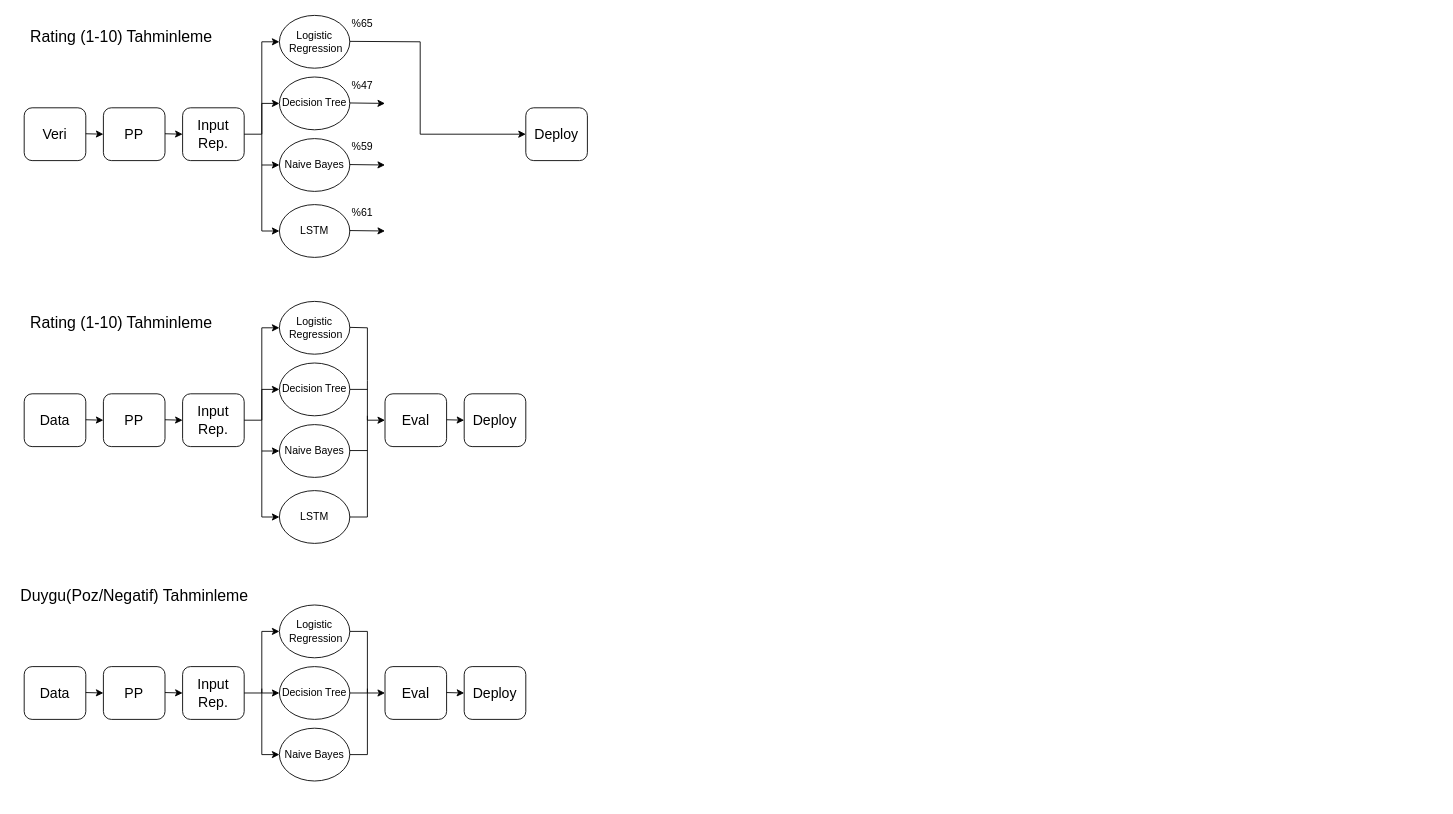
Before: gradProjectProcesses.drawio in EgehanEralp/diagrams, a draw.io diagram. Source tidied: cells renumbered, new cells numbered last; positions are measured from the earlier drawing's top-left corner, leaving out a move shared by most shapes. Both pictures are drawn from the tidied source at 88%, with x=0, y=0 at pixel (15, 15).
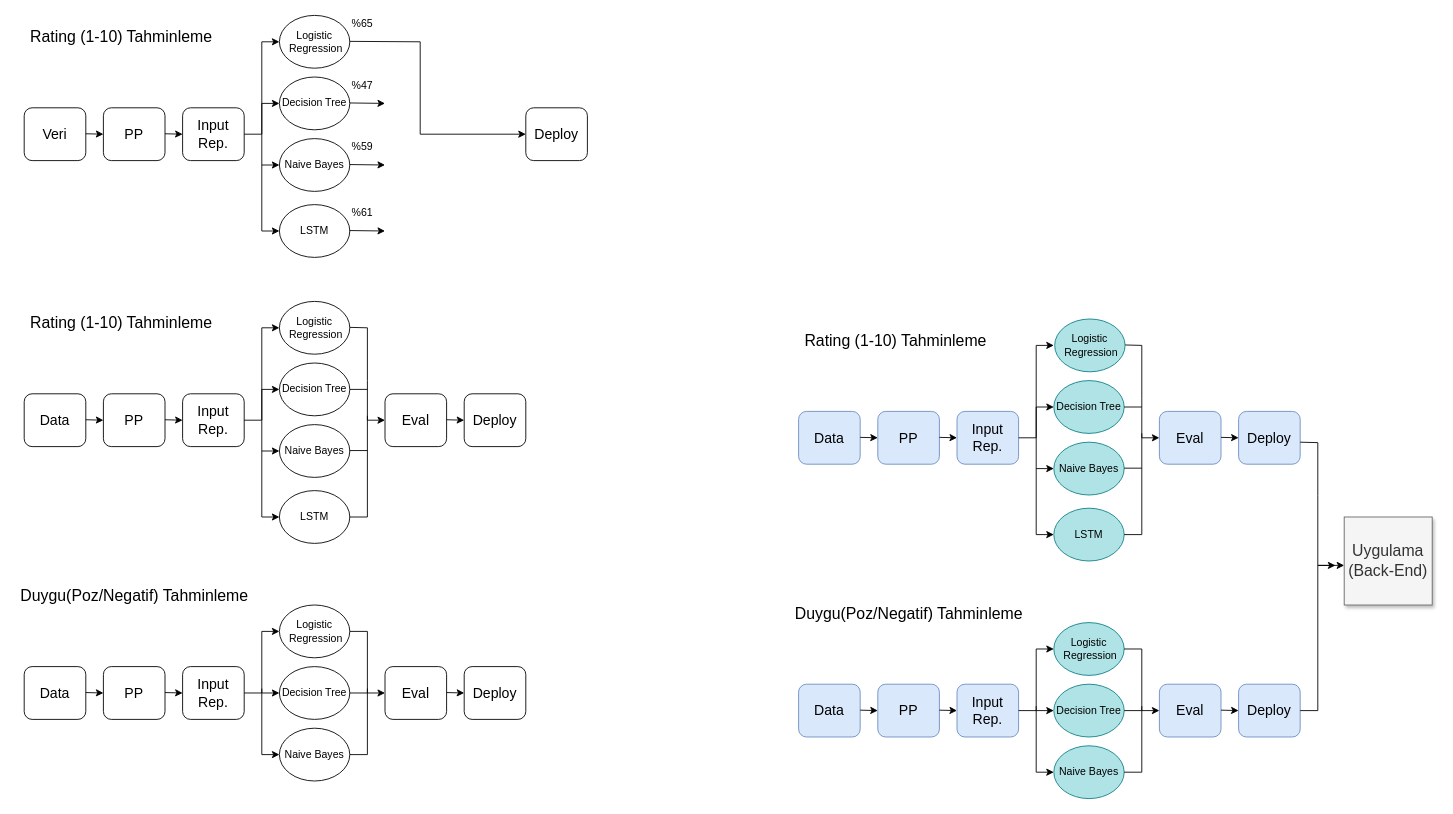
After the change.

Diff of the diagram source:
```diff
@@
+    <mxCell id="64" value="&lt;font size=&quot;3&quot;&gt;Data&lt;/font&gt;" style="rounded=1;whiteSpace=wrap;html=1;fillColor=#dae8fc;strokeColor=#6c8ebf;" parent="1" vertex="1">
+      <mxGeometry x="890" y="450" width="70" height="60" as="geometry" />
+    </mxCell>
+    <mxCell id="65" value="&lt;font size=&quot;3&quot;&gt;PP&lt;/font&gt;" style="rounded=1;whiteSpace=wrap;html=1;fillColor=#dae8fc;strokeColor=#6c8ebf;" parent="1" vertex="1">
+      <mxGeometry x="980" y="450" width="70" height="60" as="geometry" />
+    </mxCell>
+    <mxCell id="66" value="&lt;font size=&quot;3&quot;&gt;Input Rep.&lt;/font&gt;" style="rounded=1;whiteSpace=wrap;html=1;fillColor=#dae8fc;strokeColor=#6c8ebf;" parent="1" vertex="1">
+      <mxGeometry x="1070" y="450" width="70" height="60" as="geometry" />
+    </mxCell>
+    <mxCell id="67" value="&lt;font style=&quot;font-size: 18px&quot;&gt;Rating (1-10) Tahminleme&lt;/font&gt;" style="text;html=1;align=center;verticalAlign=middle;strokeColor=none;" parent="1" vertex="1">
+      <mxGeometry x="890" y="360" width="220" height="20" as="geometry" />
+    </mxCell>
+    <mxCell id="68" style="endArrow=classic;html=1;exitX=1;exitY=0.5;exitDx=0;exitDy=0;" parent="1" edge="1">
+      <mxGeometry relative="1" as="geometry">
+        <mxPoint x="1050" y="479.5" as="sourcePoint" />
+        <mxPoint x="1070" y="480" as="targetPoint" />
+      </mxGeometry>
+    </mxCell>
+    <mxCell id="69" style="endArrow=classic;html=1;exitX=1;exitY=0.5;exitDx=0;exitDy=0;" parent="1" edge="1">
+      <mxGeometry relative="1" as="geometry">
+        <mxPoint x="960" y="479.5" as="sourcePoint" />
+        <mxPoint x="980" y="480" as="targetPoint" />
+      </mxGeometry>
+    </mxCell>
+    <mxCell id="70" style="endArrow=classic;html=1;exitX=1;exitY=0.5;exitDx=0;exitDy=0;entryX=0;entryY=0.5;entryDx=0;entryDy=0;rounded=0;" parent="1" edge="1" target="71">
+      <mxGeometry relative="1" as="geometry">
+        <mxPoint x="1140" y="480" as="sourcePoint" />
+        <Array as="points">
+          <mxPoint x="1160" y="480" />
+          <mxPoint x="1160" y="445" />
+        </Array>
+      </mxGeometry>
+    </mxCell>
+    <mxCell id="71" value="Decision Tree" style="ellipse;whiteSpace=wrap;html=1;fillColor=#b0e3e6;strokeColor=#0e8088;" parent="1" vertex="1">
+      <mxGeometry x="1180" y="415" width="80" height="60" as="geometry" />
+    </mxCell>
+    <mxCell id="72" value="Naive Bayes" style="ellipse;whiteSpace=wrap;html=1;fillColor=#b0e3e6;strokeColor=#0e8088;" parent="1" vertex="1">
+      <mxGeometry x="1180" y="485" width="80" height="60" as="geometry" />
+    </mxCell>
+    <mxCell id="73" value="LSTM" style="ellipse;whiteSpace=wrap;html=1;fillColor=#b0e3e6;strokeColor=#0e8088;" parent="1" vertex="1">
+      <mxGeometry x="1180" y="560" width="80" height="60" as="geometry" />
+    </mxCell>
+    <mxCell id="74" style="endArrow=classic;html=1;entryX=0;entryY=0.5;entryDx=0;entryDy=0;" parent="1" edge="1" target="72">
+      <mxGeometry relative="1" as="geometry">
+        <mxPoint x="1160" y="515" as="sourcePoint" />
+      </mxGeometry>
+    </mxCell>
+    <mxCell id="75" style="endArrow=classic;html=1;entryX=0;entryY=0.5;entryDx=0;entryDy=0;rounded=0;" parent="1" edge="1" target="73">
+      <mxGeometry relative="1" as="geometry">
+        <mxPoint x="1160" y="480" as="sourcePoint" />
+        <Array as="points">
+          <mxPoint x="1160" y="590" />
+        </Array>
+      </mxGeometry>
+    </mxCell>
+    <mxCell id="76" style="endArrow=classic;html=1;rounded=0;entryX=0;entryY=0.5;entryDx=0;entryDy=0;" parent="1" edge="1">
+      <mxGeometry relative="1" as="geometry">
+        <mxPoint x="1160" y="480" as="sourcePoint" />
+        <mxPoint x="1180" y="375" as="targetPoint" />
+        <Array as="points">
+          <mxPoint x="1160" y="375" />
+        </Array>
+      </mxGeometry>
+    </mxCell>
+    <mxCell id="77" style="endArrow=classic;html=1;exitX=1;exitY=0.5;exitDx=0;exitDy=0;entryX=0;entryY=0.5;entryDx=0;entryDy=0;rounded=0;" parent="1" edge="1" target="78">
+      <mxGeometry relative="1" as="geometry">
+        <mxPoint x="1260" y="374.5" as="sourcePoint" />
+        <Array as="points">
+          <mxPoint x="1280" y="375" />
+          <mxPoint x="1280" y="435" />
+          <mxPoint x="1280" y="480" />
+        </Array>
+      </mxGeometry>
+    </mxCell>
+    <mxCell id="78" value="&lt;font size=&quot;3&quot;&gt;Eval&lt;/font&gt;" style="rounded=1;whiteSpace=wrap;html=1;fillColor=#dae8fc;strokeColor=#6c8ebf;" parent="1" vertex="1">
+      <mxGeometry x="1300" y="450" width="70" height="60" as="geometry" />
+    </mxCell>
+    <mxCell id="79" style="endArrow=none;html=1;exitX=1;exitY=0.5;exitDx=0;exitDy=0;" parent="1" edge="1" source="71">
+      <mxGeometry relative="1" as="geometry">
+        <mxPoint x="1280" y="445" as="targetPoint" />
+      </mxGeometry>
+    </mxCell>
+    <mxCell id="80" style="endArrow=none;html=1;exitX=1;exitY=0.5;exitDx=0;exitDy=0;rounded=0;" parent="1" edge="1" source="73">
+      <mxGeometry relative="1" as="geometry">
+        <mxPoint x="1280" y="475" as="targetPoint" />
+        <Array as="points">
+          <mxPoint x="1280" y="590" />
+        </Array>
+      </mxGeometry>
+    </mxCell>
+    <mxCell id="81" style="endArrow=none;html=1;exitX=1;exitY=0.5;exitDx=0;exitDy=0;" parent="1" edge="1">
+      <mxGeometry relative="1" as="geometry">
+        <mxPoint x="1260" y="514.5" as="sourcePoint" />
+        <mxPoint x="1280" y="514.5" as="targetPoint" />
+      </mxGeometry>
+    </mxCell>
+    <mxCell id="82" value="&lt;font size=&quot;3&quot;&gt;Deploy&lt;/font&gt;" style="rounded=1;whiteSpace=wrap;html=1;fillColor=#dae8fc;strokeColor=#6c8ebf;" parent="1" vertex="1">
+      <mxGeometry x="1390" y="450" width="70" height="60" as="geometry" />
+    </mxCell>
+    <mxCell id="83" style="endArrow=classic;html=1;exitX=1;exitY=0.5;exitDx=0;exitDy=0;" parent="1" edge="1">
+      <mxGeometry relative="1" as="geometry">
+        <mxPoint x="1370" y="479.5" as="sourcePoint" />
+        <mxPoint x="1390" y="480" as="targetPoint" />
+      </mxGeometry>
+    </mxCell>
+    <mxCell id="84" value="&lt;font size=&quot;3&quot;&gt;Data&lt;/font&gt;" style="rounded=1;whiteSpace=wrap;html=1;fillColor=#dae8fc;strokeColor=#6c8ebf;" parent="1" vertex="1">
+      <mxGeometry x="890" y="760" width="70" height="60" as="geometry" />
+    </mxCell>
+    <mxCell id="85" value="&lt;font size=&quot;3&quot;&gt;PP&lt;/font&gt;" style="rounded=1;whiteSpace=wrap;html=1;fillColor=#dae8fc;strokeColor=#6c8ebf;" parent="1" vertex="1">
+      <mxGeometry x="980" y="760" width="70" height="60" as="geometry" />
+    </mxCell>
+    <mxCell id="86" value="&lt;font size=&quot;3&quot;&gt;Input Rep.&lt;/font&gt;" style="rounded=1;whiteSpace=wrap;html=1;fillColor=#dae8fc;strokeColor=#6c8ebf;" parent="1" vertex="1">
+      <mxGeometry x="1070" y="760" width="70" height="60" as="geometry" />
+    </mxCell>
+    <mxCell id="87" value="&lt;font style=&quot;font-size: 18px&quot;&gt;Duygu(Poz/Negatif) Tahminleme&lt;/font&gt;" style="text;html=1;align=center;verticalAlign=middle;strokeColor=none;" parent="1" vertex="1">
+      <mxGeometry x="880" y="670" width="270" height="20" as="geometry" />
+    </mxCell>
+    <mxCell id="88" style="endArrow=classic;html=1;exitX=1;exitY=0.5;exitDx=0;exitDy=0;" parent="1" edge="1">
+      <mxGeometry relative="1" as="geometry">
+        <mxPoint x="1050" y="789.5" as="sourcePoint" />
+        <mxPoint x="1070" y="790" as="targetPoint" />
+      </mxGeometry>
+    </mxCell>
+    <mxCell id="89" style="endArrow=classic;html=1;exitX=1;exitY=0.5;exitDx=0;exitDy=0;" parent="1" edge="1">
+      <mxGeometry relative="1" as="geometry">
+        <mxPoint x="960" y="789.5" as="sourcePoint" />
+        <mxPoint x="980" y="790" as="targetPoint" />
+      </mxGeometry>
+    </mxCell>
+    <mxCell id="90" style="endArrow=classic;html=1;exitX=1;exitY=0.5;exitDx=0;exitDy=0;entryX=0;entryY=0.5;entryDx=0;entryDy=0;rounded=0;" parent="1" edge="1" target="91">
+      <mxGeometry relative="1" as="geometry">
+        <mxPoint x="1140" y="790" as="sourcePoint" />
+        <Array as="points">
+          <mxPoint x="1160" y="790" />
+        </Array>
+      </mxGeometry>
+    </mxCell>
+    <mxCell id="91" value="Decision Tree" style="ellipse;whiteSpace=wrap;html=1;fillColor=#b0e3e6;strokeColor=#0e8088;" parent="1" vertex="1">
+      <mxGeometry x="1180" y="760" width="80" height="60" as="geometry" />
+    </mxCell>
+    <mxCell id="92" value="Naive Bayes" style="ellipse;whiteSpace=wrap;html=1;fillColor=#b0e3e6;strokeColor=#0e8088;" parent="1" vertex="1">
+      <mxGeometry x="1180" y="830" width="80" height="60" as="geometry" />
+    </mxCell>
+    <mxCell id="93" value="Logistic &amp;nbsp;Regression" style="ellipse;whiteSpace=wrap;html=1;fillColor=#b0e3e6;strokeColor=#0e8088;" parent="1" vertex="1">
+      <mxGeometry x="1180" y="690" width="80" height="60" as="geometry" />
+    </mxCell>
+    <mxCell id="94" style="endArrow=classic;html=1;entryX=0;entryY=0.5;entryDx=0;entryDy=0;rounded=0;" parent="1" edge="1" target="92">
+      <mxGeometry relative="1" as="geometry">
+        <mxPoint x="1160" y="785" as="sourcePoint" />
+        <Array as="points">
+          <mxPoint x="1160" y="860" />
+        </Array>
+      </mxGeometry>
+    </mxCell>
+    <mxCell id="95" style="endArrow=classic;html=1;rounded=0;entryX=0;entryY=0.5;entryDx=0;entryDy=0;" parent="1" edge="1" target="93">
+      <mxGeometry relative="1" as="geometry">
+        <mxPoint x="1160" y="790" as="sourcePoint" />
+        <Array as="points">
+          <mxPoint x="1160" y="720" />
+        </Array>
+      </mxGeometry>
+    </mxCell>
+    <mxCell id="96" style="endArrow=classic;html=1;exitX=1;exitY=0.5;exitDx=0;exitDy=0;entryX=0;entryY=0.5;entryDx=0;entryDy=0;rounded=0;" parent="1" edge="1" source="93" target="97">
+      <mxGeometry relative="1" as="geometry">
+        <Array as="points">
+          <mxPoint x="1280" y="720" />
+          <mxPoint x="1280" y="790" />
+        </Array>
+      </mxGeometry>
+    </mxCell>
+    <mxCell id="97" value="&lt;font size=&quot;3&quot;&gt;Eval&lt;/font&gt;" style="rounded=1;whiteSpace=wrap;html=1;fillColor=#dae8fc;strokeColor=#6c8ebf;" parent="1" vertex="1">
+      <mxGeometry x="1300" y="760" width="70" height="60" as="geometry" />
+    </mxCell>
+    <mxCell id="98" style="endArrow=none;html=1;exitX=1;exitY=0.5;exitDx=0;exitDy=0;" parent="1" edge="1" source="91">
+      <mxGeometry relative="1" as="geometry">
+        <mxPoint x="1280" y="790" as="targetPoint" />
+      </mxGeometry>
+    </mxCell>
+    <mxCell id="99" style="endArrow=none;html=1;exitX=1;exitY=0.5;exitDx=0;exitDy=0;rounded=0;" parent="1" edge="1" source="92">
+      <mxGeometry relative="1" as="geometry">
+        <mxPoint x="1280" y="785" as="targetPoint" />
+        <Array as="points">
+          <mxPoint x="1280" y="860" />
+        </Array>
+      </mxGeometry>
+    </mxCell>
+    <mxCell id="100" value="&lt;font size=&quot;3&quot;&gt;Deploy&lt;/font&gt;" style="rounded=1;whiteSpace=wrap;html=1;fillColor=#dae8fc;strokeColor=#6c8ebf;" parent="1" vertex="1">
+      <mxGeometry x="1390" y="760" width="70" height="60" as="geometry" />
+    </mxCell>
+    <mxCell id="101" style="endArrow=classic;html=1;exitX=1;exitY=0.5;exitDx=0;exitDy=0;" parent="1" edge="1">
+      <mxGeometry relative="1" as="geometry">
+        <mxPoint x="1370" y="789.5" as="sourcePoint" />
+        <mxPoint x="1390" y="790" as="targetPoint" />
+      </mxGeometry>
+    </mxCell>
+    <mxCell id="102" value="Logistic &amp;nbsp;Regression" style="ellipse;whiteSpace=wrap;html=1;fillColor=#b0e3e6;strokeColor=#0e8088;" parent="1" vertex="1">
+      <mxGeometry x="1181" y="345" width="80" height="60" as="geometry" />
+    </mxCell>
+    <mxCell id="103" style="endArrow=classic;html=1;exitX=1;exitY=0.5;exitDx=0;exitDy=0;rounded=0;" parent="1" edge="1">
+      <mxGeometry relative="1" as="geometry">
+        <mxPoint x="1460" y="485" as="sourcePoint" />
+        <mxPoint x="1510" y="625" as="targetPoint" />
+        <Array as="points">
+          <mxPoint x="1480" y="485.5" />
+          <mxPoint x="1480" y="545.5" />
+          <mxPoint x="1480" y="625" />
+        </Array>
+      </mxGeometry>
+    </mxCell>
+    <mxCell id="104" value="&lt;font style=&quot;font-size: 18px&quot;&gt;Uygulama (Back-End)&lt;/font&gt;" style="whiteSpace=wrap;html=1;fillColor=#f5f5f5;strokeColor=#666666;fontColor=#333333;glass=0;rounded=0;shadow=1;" parent="1" vertex="1">
+      <mxGeometry x="1510" y="570" width="100" height="100" as="geometry" />
+    </mxCell>
+    <mxCell id="105" style="endArrow=classic;html=1;exitX=1;exitY=0.5;exitDx=0;exitDy=0;rounded=0;" parent="1" edge="1" source="100">
+      <mxGeometry relative="1" as="geometry">
+        <mxPoint x="1500" y="625" as="targetPoint" />
+        <Array as="points">
+          <mxPoint x="1480" y="790" />
+          <mxPoint x="1480" y="625" />
+          <mxPoint x="1490" y="625" />
+        </Array>
+      </mxGeometry>
+    </mxCell>
```
